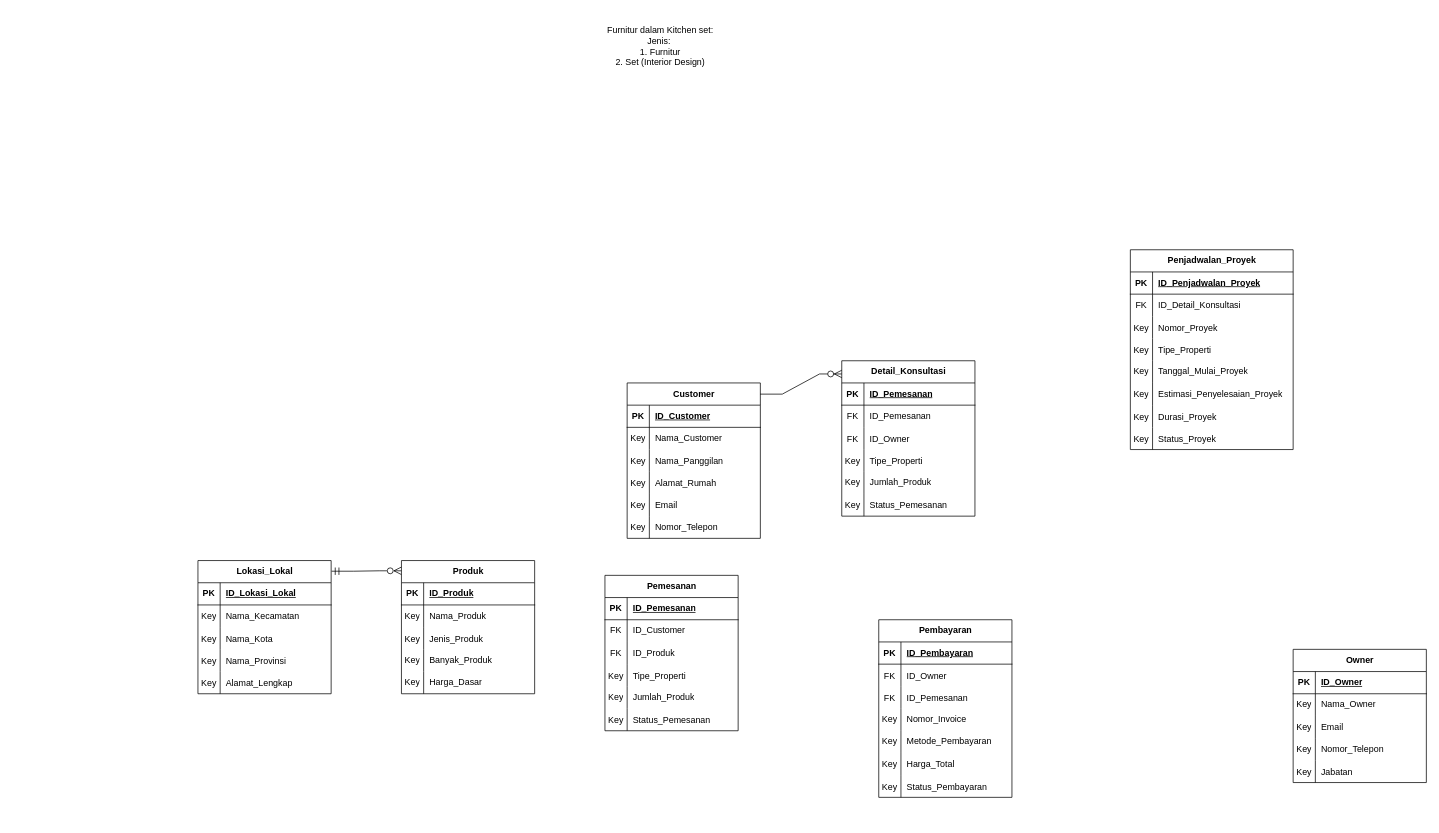
Before: sistem-kitchen-set-interior.drawio in King-Ag-Jv/Project-Atrem, a draw.io diagram. Source tidied: cells renumbered, new cells numbered last; positions are measured from the earlier drawing's top-left corner, leaving out a move shared by most shapes. Both pictures are drawn from the tidied source at 74%, with x=0, y=0 at pixel (198, 13).
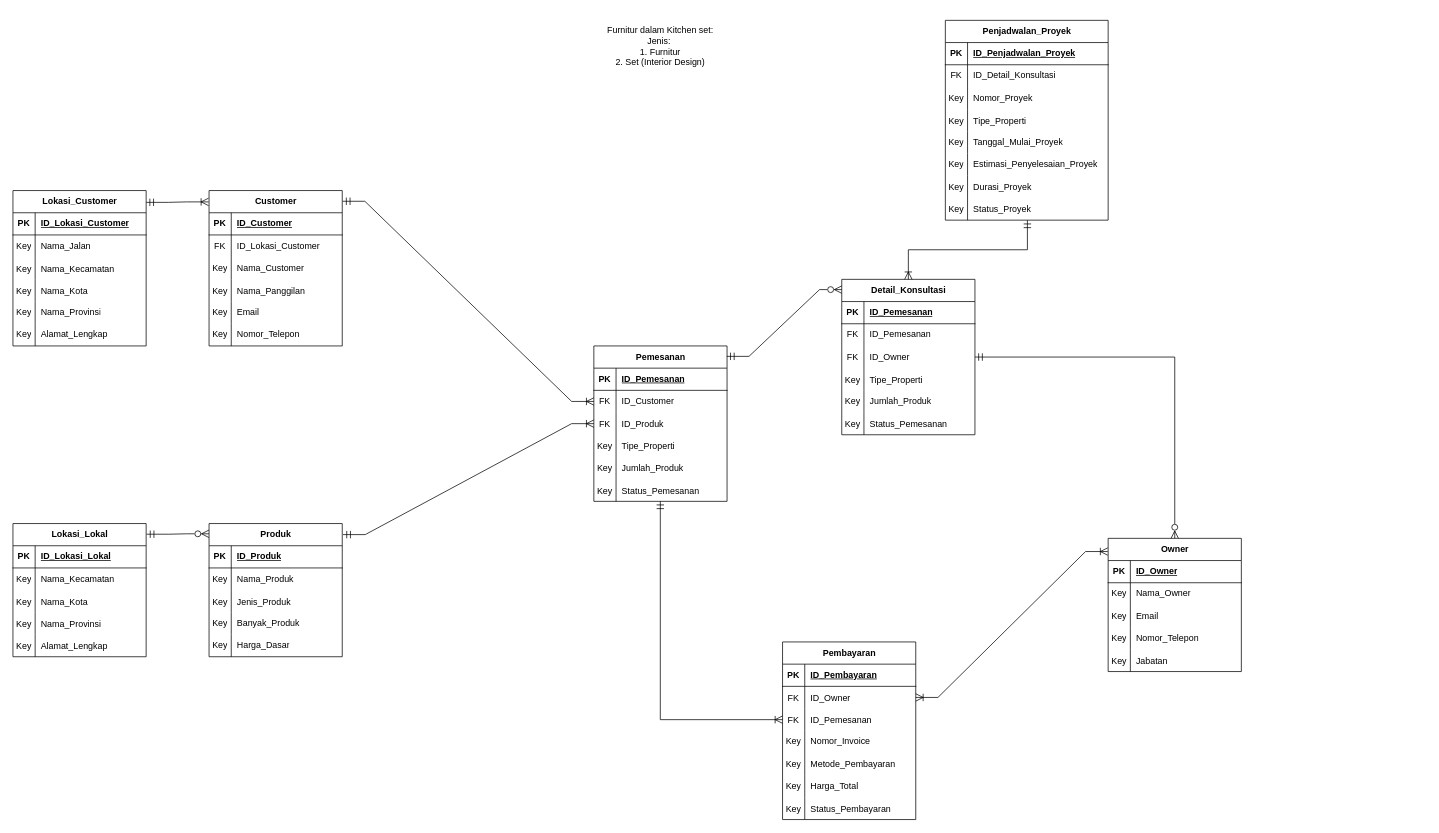
After the change.

The change refers to these unchanged cells:
```xml
<mxCell id="57" style="shape=tableRow;horizontal=0;startSize=0;swimlaneHead=0;swimlaneBody=0;fillColor=none;points=[[0,0.5],[1,0.5]];portConstraint=eastwest;top=0;left=0;right=0;bottom=0;" parent="53" vertex="1">
  <mxGeometry y="60" width="180" height="30" as="geometry" />
</mxCell>
<mxCell id="60" style="shape=tableRow;horizontal=0;startSize=0;swimlaneHead=0;swimlaneBody=0;fillColor=none;points=[[0,0.5],[1,0.5]];portConstraint=eastwest;top=0;left=0;right=0;bottom=0;" parent="53" vertex="1">
  <mxGeometry y="90" width="180" height="30" as="geometry" />
</mxCell>
<mxCell id="97" style="shape=tableRow;horizontal=0;startSize=0;swimlaneHead=0;swimlaneBody=0;fillColor=none;points=[[0,0.5],[1,0.5]];portConstraint=eastwest;top=0;left=0;right=0;bottom=0;" parent="75" vertex="1">
  <mxGeometry y="240" width="220" height="30" as="geometry" />
</mxCell>
<mxCell id="104" style="shape=tableRow;horizontal=0;startSize=0;swimlaneHead=0;swimlaneBody=0;fillColor=none;points=[[0,0.5],[1,0.5]];portConstraint=eastwest;top=0;left=0;right=0;bottom=0;" parent="100" vertex="1">
  <mxGeometry y="60" width="180" height="30" as="geometry" />
</mxCell>
<mxCell id="107" style="shape=tableRow;horizontal=0;startSize=0;swimlaneHead=0;swimlaneBody=0;fillColor=none;points=[[0,0.5],[1,0.5]];portConstraint=eastwest;top=0;left=0;right=0;bottom=0;" parent="100" vertex="1">
  <mxGeometry y="90" width="180" height="30" as="geometry" />
</mxCell>
<mxCell id="116" style="shape=tableRow;horizontal=0;startSize=0;swimlaneHead=0;swimlaneBody=0;fillColor=none;points=[[0,0.5],[1,0.5]];portConstraint=eastwest;top=0;left=0;right=0;bottom=0;" parent="100" vertex="1">
  <mxGeometry y="180" width="180" height="30" as="geometry" />
</mxCell>
<mxCell id="127" style="shape=tableRow;horizontal=0;startSize=0;swimlaneHead=0;swimlaneBody=0;fillColor=none;points=[[0,0.5],[1,0.5]];portConstraint=eastwest;top=0;left=0;right=0;bottom=0;" parent="120" vertex="1">
  <mxGeometry y="90" width="180" height="30" as="geometry" />
</mxCell>
```

What changed in the source:
```diff
@@
     <mxCell id="2" value="Produk" style="shape=table;startSize=30;childLayout=tableLayout;rowLines=0;fontStyle=1;align=center;html=1;" parent="1" vertex="1">
-      <mxGeometry x="275" y="740" width="180" height="180" as="geometry" />
+      <mxGeometry x="15" y="690" width="180" height="180" as="geometry" />
     </mxCell>
@@
     <mxCell id="18" value="Customer" style="shape=table;startSize=30;childLayout=tableLayout;rowLines=0;fontStyle=1;align=center;html=1;" parent="1" vertex="1">
-      <mxGeometry x="580" y="500" width="180" height="210" as="geometry" />
+      <mxGeometry x="15" y="240" width="180" height="210" as="geometry" />
     </mxCell>
@@
+    <mxCell id="28" style="shape=tableRow;horizontal=0;startSize=0;swimlaneHead=0;swimlaneBody=0;fillColor=none;top=0;left=0;right=0;bottom=0;" parent="18" vertex="1">
+      <mxGeometry y="60" width="180" height="30" as="geometry" />
+    </mxCell>
+    <mxCell id="29" value="FK" style="shape=partialRectangle;fillColor=none;top=0;left=0;bottom=0;right=0;overflow=hidden;" parent="28" vertex="1">
+      <mxGeometry width="30" height="30" as="geometry" />
+    </mxCell>
+    <mxCell id="30" value="ID_Lokasi_Customer" style="shape=partialRectangle;fillColor=none;top=0;left=0;bottom=0;right=0;align=left;spacingLeft=6;overflow=hidden;" parent="28" vertex="1">
+      <mxGeometry x="30" width="150" height="30" as="geometry" />
+    </mxCell>
     <mxCell id="22" style="shape=tableRow;horizontal=0;startSize=0;swimlaneHead=0;swimlaneBody=0;fillColor=none;top=0;left=0;right=0;bottom=0;" parent="18" vertex="1">
-      <mxGeometry y="60" width="180" height="30" as="geometry" />
+      <mxGeometry y="90" width="180" height="30" as="geometry" />
     </mxCell>
@@
     <mxCell id="25" style="shape=tableRow;horizontal=0;startSize=0;swimlaneHead=0;swimlaneBody=0;fillColor=none;top=0;left=0;right=0;bottom=0;" parent="18" vertex="1">
-      <mxGeometry y="90" width="180" height="30" as="geometry" />
+      <mxGeometry y="120" width="180" height="30" as="geometry" />
     </mxCell>
@@
-    <mxCell id="28" style="shape=tableRow;horizontal=0;startSize=0;swimlaneHead=0;swimlaneBody=0;fillColor=none;top=0;left=0;right=0;bottom=0;" parent="18" vertex="1">
-      <mxGeometry y="120" width="180" height="30" as="geometry" />
-    </mxCell>
-    <mxCell id="29" value="Key" style="shape=partialRectangle;fillColor=none;top=0;left=0;bottom=0;right=0;overflow=hidden;" parent="28" vertex="1">
-      <mxGeometry width="30" height="30" as="geometry" />
-    </mxCell>
-    <mxCell id="30" value="Alamat_Rumah" style="shape=partialRectangle;fillColor=none;top=0;left=0;bottom=0;right=0;align=left;spacingLeft=6;overflow=hidden;" parent="28" vertex="1">
-      <mxGeometry x="30" width="150" height="30" as="geometry" />
-    </mxCell>
@@
     <mxCell id="37" value="Owner" style="shape=table;startSize=30;childLayout=tableLayout;rowLines=0;fontStyle=1;align=center;html=1;" parent="1" vertex="1">
-      <mxGeometry x="1480" y="860" width="180" height="180" as="geometry" />
+      <mxGeometry x="1230" y="710" width="180" height="180" as="geometry" />
     </mxCell>
@@
     <mxCell id="53" value="Pembayaran" style="shape=table;startSize=30;childLayout=tableLayout;rowLines=0;fontStyle=1;align=center;html=1;" parent="1" vertex="1">
-      <mxGeometry x="920" y="820" width="180" height="240" as="geometry" />
+      <mxGeometry x="790" y="850" width="180" height="240" as="geometry" />
     </mxCell>
@@
     <mxCell id="75" value="Penjadwalan_Proyek" style="shape=table;startSize=30;childLayout=tableLayout;rowLines=0;fontStyle=1;align=center;html=1;" parent="1" vertex="1">
-      <mxGeometry x="1260" y="320" width="220" height="270" as="geometry" />
+      <mxGeometry x="1010" y="10" width="220" height="270" as="geometry" />
     </mxCell>
@@
     <mxCell id="100" value="Pemesanan" style="shape=table;startSize=30;childLayout=tableLayout;rowLines=0;fontStyle=1;align=center;html=1;" parent="1" vertex="1">
-      <mxGeometry x="550" y="760" width="180" height="210" as="geometry" />
+      <mxGeometry x="535" y="450" width="180" height="210" as="geometry" />
     </mxCell>
@@
     <mxCell id="120" value="Detail_Konsultasi" style="shape=table;startSize=30;childLayout=tableLayout;rowLines=0;fontStyle=1;align=center;html=1;" parent="1" vertex="1">
-      <mxGeometry x="870" y="470" width="180" height="210" as="geometry" />
+      <mxGeometry x="870" y="360" width="180" height="210" as="geometry" />
     </mxCell>
@@
-    <mxCell id="139" style="edgeStyle=entityRelationEdgeStyle;fontSize=12;html=1;endArrow=ERzeroToMany;endFill=1;rounded=0;startSize=8;endSize=8;curved=0;exitX=0.998;exitY=0.072;exitDx=0;exitDy=0;exitPerimeter=0;entryX=0;entryY=0.085;entryDx=0;entryDy=0;entryPerimeter=0;" parent="1" edge="1" source="18" target="120">
+    <mxCell id="139" style="edgeStyle=entityRelationEdgeStyle;fontSize=12;html=1;endArrow=ERoneToMany;endFill=0;rounded=0;startSize=8;endSize=8;curved=0;exitX=1;exitY=0.076;exitDx=0;exitDy=0;exitPerimeter=0;entryX=-0.004;entryY=0.073;entryDx=0;entryDy=0;entryPerimeter=0;startArrow=ERmandOne;startFill=0;" parent="1" edge="1" source="158" target="18">
       <mxGeometry relative="1" as="geometry" />
     </mxCell>
     <mxCell id="140" value="Lokasi_Lokal" style="shape=table;startSize=30;childLayout=tableLayout;rowLines=0;fontStyle=1;align=center;html=1;" parent="1" vertex="1">
-      <mxGeometry y="740" width="180" height="180" as="geometry" />
+      <mxGeometry x="-250" y="690" width="180" height="180" as="geometry" />
     </mxCell>
@@
+    <mxCell id="157" style="edgeStyle=entityRelationEdgeStyle;fontSize=12;html=1;endArrow=ERzeroToMany;endFill=0;rounded=0;startSize=8;endSize=8;curved=0;exitX=0.998;exitY=0.067;exitDx=0;exitDy=0;exitPerimeter=0;entryX=0;entryY=0.066;entryDx=0;entryDy=0;entryPerimeter=0;startArrow=ERmandOne;startFill=0;" parent="1" edge="1" source="100" target="120">
+      <mxGeometry relative="1" as="geometry" />
+    </mxCell>
+    <mxCell id="158" value="Lokasi_Customer" style="shape=table;startSize=30;childLayout=tableLayout;rowLines=0;fontStyle=1;align=center;html=1;" parent="1" vertex="1">
+      <mxGeometry x="-250" y="240" width="180" height="210" as="geometry" />
+    </mxCell>
+    <mxCell id="159" style="shape=tableRow;horizontal=0;startSize=0;swimlaneHead=0;swimlaneBody=0;fillColor=none;top=0;left=0;right=0;bottom=1;" parent="158" vertex="1">
+      <mxGeometry y="30" width="180" height="30" as="geometry" />
+    </mxCell>
+    <mxCell id="160" value="PK" style="shape=partialRectangle;fillColor=none;top=0;left=0;bottom=0;right=0;fontStyle=1;overflow=hidden;whiteSpace=wrap;html=1;" parent="159" vertex="1">
+      <mxGeometry width="30" height="30" as="geometry" />
+    </mxCell>
+    <mxCell id="161" value="ID_Lokasi_Customer" style="shape=partialRectangle;fillColor=none;top=0;left=0;bottom=0;right=0;align=left;spacingLeft=6;fontStyle=5;overflow=hidden;whiteSpace=wrap;html=1;" parent="159" vertex="1">
+      <mxGeometry x="30" width="150" height="30" as="geometry" />
+    </mxCell>
+    <mxCell id="162" style="shape=tableRow;horizontal=0;startSize=0;swimlaneHead=0;swimlaneBody=0;fillColor=none;top=0;left=0;right=0;bottom=0;" parent="158" vertex="1">
+      <mxGeometry y="60" width="180" height="30" as="geometry" />
+    </mxCell>
+    <mxCell id="163" value="Key" style="shape=partialRectangle;fillColor=none;top=0;left=0;bottom=0;right=0;overflow=hidden;whiteSpace=wrap;html=1;" parent="162" vertex="1">
+      <mxGeometry width="30" height="30" as="geometry" />
+    </mxCell>
+    <mxCell id="164" value="Nama_Jalan" style="shape=partialRectangle;fillColor=none;top=0;left=0;bottom=0;right=0;align=left;spacingLeft=6;overflow=hidden;whiteSpace=wrap;html=1;" parent="162" vertex="1">
+      <mxGeometry x="30" width="150" height="30" as="geometry" />
+    </mxCell>
+    <mxCell id="165" style="shape=tableRow;horizontal=0;startSize=0;swimlaneHead=0;swimlaneBody=0;fillColor=none;top=0;left=0;right=0;bottom=0;" parent="158" vertex="1">
+      <mxGeometry y="90" width="180" height="30" as="geometry" />
+    </mxCell>
+    <mxCell id="166" value="Key" style="shape=partialRectangle;fillColor=none;top=0;left=0;bottom=0;right=0;overflow=hidden;" parent="165" vertex="1">
+      <mxGeometry width="30" height="30" as="geometry" />
+    </mxCell>
+    <mxCell id="167" value="Nama_Kecamatan" style="shape=partialRectangle;fillColor=none;top=0;left=0;bottom=0;right=0;align=left;spacingLeft=6;overflow=hidden;" parent="165" vertex="1">
+      <mxGeometry x="30" width="150" height="30" as="geometry" />
+    </mxCell>
+    <mxCell id="168" style="shape=tableRow;horizontal=0;startSize=0;swimlaneHead=0;swimlaneBody=0;fillColor=none;top=0;left=0;right=0;bottom=0;" parent="158" vertex="1">
+      <mxGeometry y="120" width="180" height="30" as="geometry" />
+    </mxCell>
+    <mxCell id="169" value="Key" style="shape=partialRectangle;fillColor=none;top=0;left=0;bottom=0;right=0;overflow=hidden;" parent="168" vertex="1">
+      <mxGeometry width="30" height="30" as="geometry" />
+    </mxCell>
+    <mxCell id="170" value="Nama_Kota" style="shape=partialRectangle;fillColor=none;top=0;left=0;bottom=0;right=0;align=left;spacingLeft=6;overflow=hidden;" parent="168" vertex="1">
+      <mxGeometry x="30" width="150" height="30" as="geometry" />
+    </mxCell>
+    <mxCell id="171" style="shape=tableRow;horizontal=0;startSize=0;swimlaneHead=0;swimlaneBody=0;fillColor=none;top=0;left=0;right=0;bottom=0;" parent="158" vertex="1">
+      <mxGeometry y="150" width="180" height="30" as="geometry" />
+    </mxCell>
+    <mxCell id="172" value="Key" style="shape=partialRectangle;fillColor=none;top=0;left=0;bottom=0;right=0;overflow=hidden;whiteSpace=wrap;html=1;" parent="171" vertex="1">
+      <mxGeometry width="30" height="30" as="geometry" />
+    </mxCell>
+    <mxCell id="173" value="Nama_Provinsi" style="shape=partialRectangle;fillColor=none;top=0;left=0;bottom=0;right=0;align=left;spacingLeft=6;overflow=hidden;whiteSpace=wrap;html=1;" parent="171" vertex="1">
+      <mxGeometry x="30" width="150" height="30" as="geometry" />
+    </mxCell>
+    <mxCell id="174" style="shape=tableRow;horizontal=0;startSize=0;swimlaneHead=0;swimlaneBody=0;fillColor=none;top=0;left=0;right=0;bottom=0;" parent="158" vertex="1">
+      <mxGeometry y="180" width="180" height="30" as="geometry" />
+    </mxCell>
+    <mxCell id="175" value="Key" style="shape=partialRectangle;fillColor=none;top=0;left=0;bottom=0;right=0;overflow=hidden;whiteSpace=wrap;html=1;" parent="174" vertex="1">
+      <mxGeometry width="30" height="30" as="geometry" />
+    </mxCell>
+    <mxCell id="176" value="Alamat_Lengkap" style="shape=partialRectangle;fillColor=none;top=0;left=0;bottom=0;right=0;align=left;spacingLeft=6;overflow=hidden;whiteSpace=wrap;html=1;" parent="174" vertex="1">
+      <mxGeometry x="30" width="150" height="30" as="geometry" />
+    </mxCell>
+    <mxCell id="177" style="fontSize=12;html=1;endArrow=ERoneToMany;endFill=0;rounded=0;startSize=8;endSize=8;startArrow=ERmandOne;startFill=0;exitX=0.499;exitY=0.994;exitDx=0;exitDy=0;exitPerimeter=0;edgeStyle=orthogonalEdgeStyle;entryX=0;entryY=0.5;entryDx=0;entryDy=0;" parent="1" edge="1" source="116" target="60">
+      <mxGeometry relative="1" as="geometry" />
+    </mxCell>
+    <mxCell id="178" style="fontSize=12;html=1;endArrow=ERoneToMany;endFill=0;rounded=0;startSize=8;endSize=8;startArrow=ERmandOne;startFill=0;exitX=1.003;exitY=0.069;exitDx=0;exitDy=0;exitPerimeter=0;edgeStyle=entityRelationEdgeStyle;entryX=0;entryY=0.5;entryDx=0;entryDy=0;" parent="1" edge="1" source="18" target="104">
+      <mxGeometry relative="1" as="geometry" />
+    </mxCell>
+    <mxCell id="179" style="fontSize=12;html=1;endArrow=ERoneToMany;endFill=0;rounded=0;startSize=8;endSize=8;startArrow=ERmandOne;startFill=0;exitX=1.006;exitY=0.083;exitDx=0;exitDy=0;exitPerimeter=0;edgeStyle=entityRelationEdgeStyle;entryX=0;entryY=0.5;entryDx=0;entryDy=0;" parent="1" edge="1" source="2" target="107">
+      <mxGeometry relative="1" as="geometry" />
+    </mxCell>
+    <mxCell id="180" style="fontSize=12;html=1;endArrow=ERoneToMany;endFill=0;rounded=0;startSize=8;endSize=8;startArrow=ERmandOne;startFill=0;exitX=0.504;exitY=1.004;exitDx=0;exitDy=0;exitPerimeter=0;edgeStyle=orthogonalEdgeStyle;entryX=0.5;entryY=0;entryDx=0;entryDy=0;" parent="1" edge="1" source="97" target="120">
+      <mxGeometry relative="1" as="geometry" />
+    </mxCell>
+    <mxCell id="181" style="edgeStyle=orthogonalEdgeStyle;fontSize=12;html=1;endArrow=ERzeroToMany;endFill=0;rounded=0;startSize=8;endSize=8;exitX=1;exitY=0.5;exitDx=0;exitDy=0;entryX=0.5;entryY=0;entryDx=0;entryDy=0;startArrow=ERmandOne;startFill=0;" parent="1" edge="1" source="127" target="37">
+      <mxGeometry relative="1" as="geometry" />
+    </mxCell>
+    <mxCell id="182" style="edgeStyle=entityRelationEdgeStyle;fontSize=12;html=1;endArrow=ERoneToMany;endFill=0;rounded=0;startSize=8;endSize=8;curved=0;exitX=1;exitY=0.5;exitDx=0;exitDy=0;entryX=-0.003;entryY=0.099;entryDx=0;entryDy=0;entryPerimeter=0;startArrow=ERoneToMany;startFill=0;" parent="1" edge="1" source="57" target="37">
+      <mxGeometry relative="1" as="geometry" />
+    </mxCell>
```
